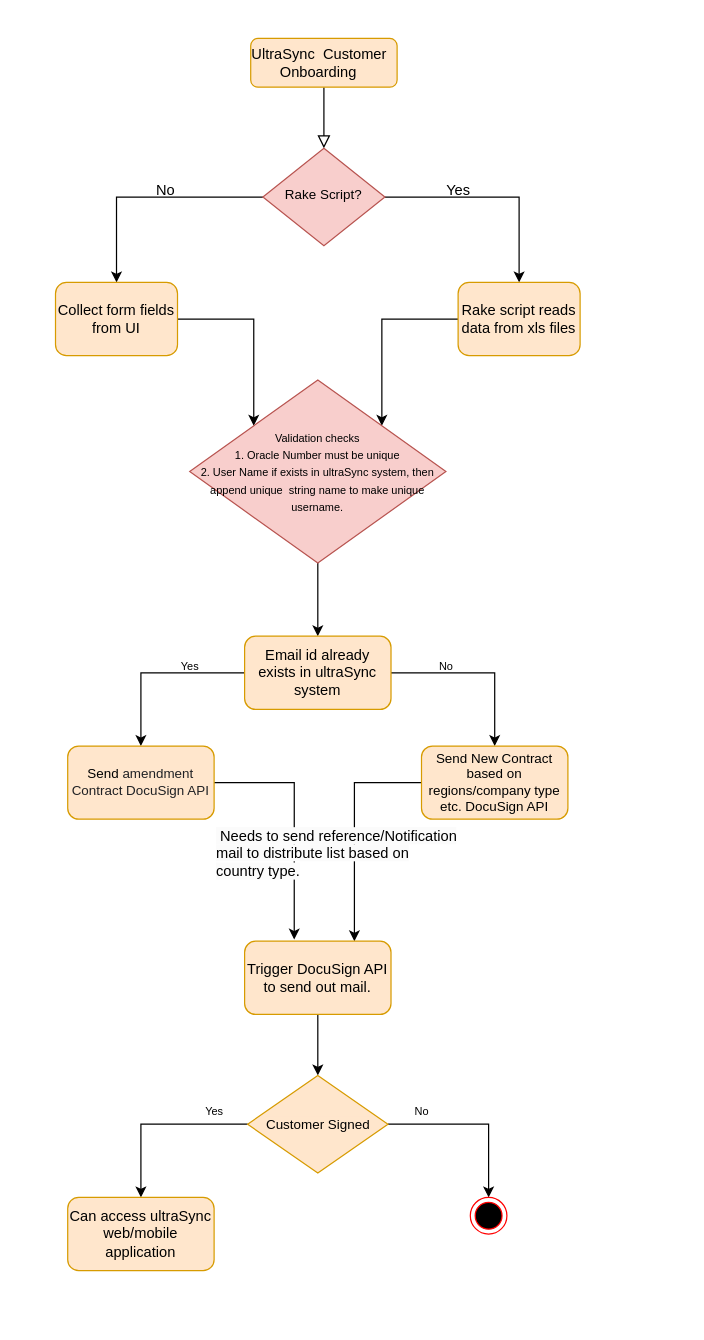
This is onboarding_champions.drawio from venkatnr/Account, a draw.io file, before an edit. Source tidied: cells renumbered, new cells numbered last; positions are measured from the earlier drawing's top-left corner, leaving out a move shared by most shapes. Both pictures are drawn from the tidied source at 122%, with x=0, y=0 at pixel (55, 38).
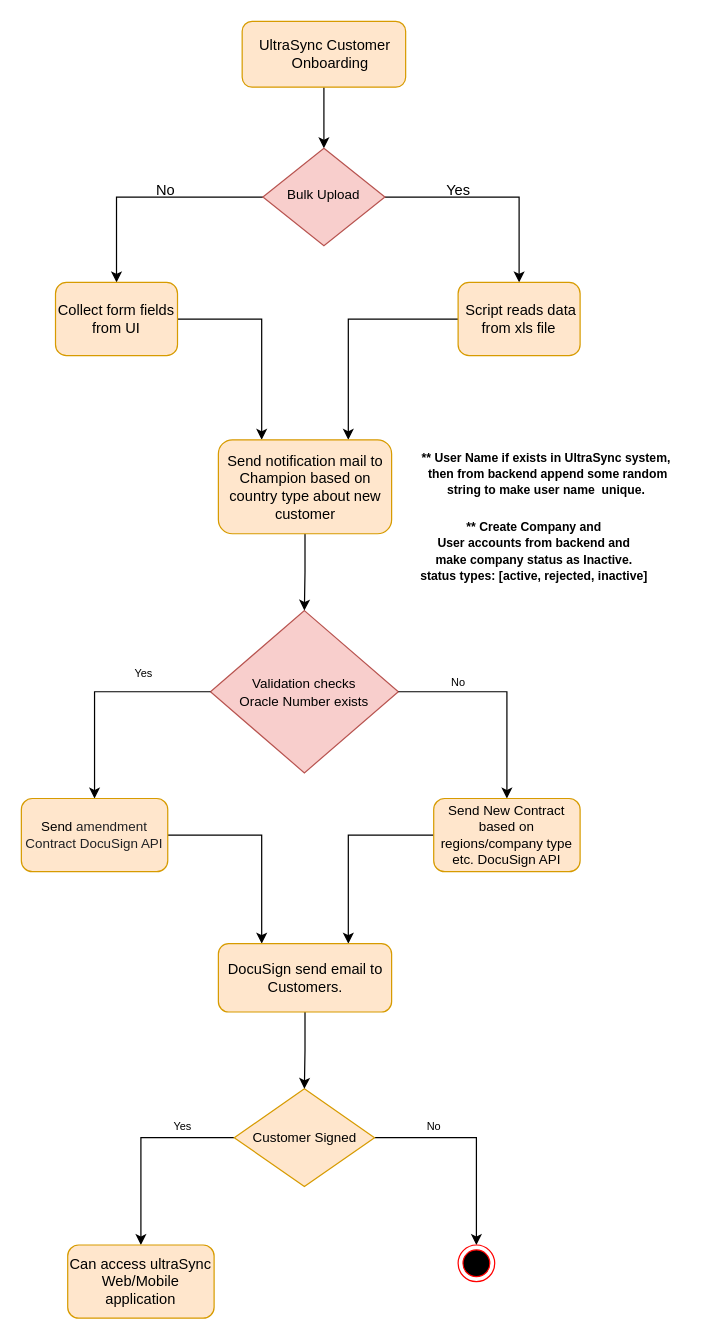
The same page after the edit.

The change refers to these unchanged cells:
```xml
<mxCell id="12" value="Collect form fields from UI" style="rounded=1;whiteSpace=wrap;html=1;fillColor=#ffe6cc;strokeColor=#d79b00;" parent="1" vertex="1">
  <mxGeometry y="200" width="100" height="60" as="geometry" />
</mxCell>
```

What changed in the source:
```diff
@@
-    <mxCell id="2" style="rounded=0;html=1;jettySize=auto;fontSize=11;endArrow=block;endFill=0;endSize=8;strokeWidth=1;shadow=0;labelBackgroundColor=none;edgeStyle=orthogonalEdgeStyle;" parent="1" edge="1" source="3" target="6">
+    <mxCell id="2" style="edgeStyle=orthogonalEdgeStyle;rounded=0;jettySize=auto;html=1;entryX=0.5;entryY=0;entryDx=0;entryDy=0;fontSize=10;" parent="1" edge="1" source="3" target="6">
       <mxGeometry relative="1" as="geometry" />
     </mxCell>
-    <mxCell id="3" value="&lt;div style=&quot;text-align: start;&quot;&gt;UltraSync&amp;nbsp;&amp;nbsp;Customer&amp;nbsp; &amp;nbsp; &amp;nbsp; &amp;nbsp; &amp;nbsp;Onboarding&lt;br&gt;&lt;/div&gt;" style="rounded=1;whiteSpace=wrap;html=1;fontSize=12;glass=0;strokeWidth=1;shadow=0;fillColor=#ffe6cc;strokeColor=#d79b00;" parent="1" vertex="1">
-      <mxGeometry x="160" width="120" height="40" as="geometry" />
+    <mxCell id="3" value="&lt;div style=&quot;text-align: start;&quot;&gt;&amp;nbsp; &amp;nbsp; UltraSync Customer&amp;nbsp; &amp;nbsp; &amp;nbsp; &amp;nbsp; &amp;nbsp; &amp;nbsp; &amp;nbsp; &amp;nbsp; Onboarding&lt;br&gt;&lt;/div&gt;" style="rounded=1;whiteSpace=wrap;html=1;fontSize=12;glass=0;strokeWidth=1;shadow=0;fillColor=#ffe6cc;strokeColor=#d79b00;" parent="1" vertex="1">
+      <mxGeometry x="153" y="-14" width="134" height="54" as="geometry" />
     </mxCell>
@@
-    <mxCell id="6" value="&lt;font style=&quot;font-size: 11px;&quot;&gt;Rake Script?&lt;/font&gt;" style="rhombus;whiteSpace=wrap;html=1;shadow=0;fontFamily=Helvetica;fontSize=12;align=center;strokeWidth=1;spacing=6;spacingTop=-4;fillColor=#f8cecc;strokeColor=#b85450;" parent="1" vertex="1">
+    <mxCell id="6" value="&lt;font style=&quot;font-size: 11px;&quot;&gt;Bulk Upload&lt;/font&gt;" style="rhombus;whiteSpace=wrap;html=1;shadow=0;fontFamily=Helvetica;fontSize=12;align=center;strokeWidth=1;spacing=6;spacingTop=-4;fillColor=#f8cecc;strokeColor=#b85450;" parent="1" vertex="1">
       <mxGeometry x="170" y="90" width="100" height="80" as="geometry" />
     </mxCell>
@@
-    <mxCell id="11" style="edgeStyle=orthogonalEdgeStyle;rounded=0;jettySize=auto;html=1;entryX=0;entryY=0;entryDx=0;entryDy=0;" parent="1" edge="1" source="12" target="16">
+    <mxCell id="11" style="edgeStyle=orthogonalEdgeStyle;rounded=0;jettySize=auto;html=1;entryX=0.25;entryY=0;entryDx=0;entryDy=0;" parent="1" edge="1" source="12" target="41">
       <mxGeometry relative="1" as="geometry" />
     </mxCell>
@@
-    <mxCell id="13" style="edgeStyle=orthogonalEdgeStyle;rounded=0;jettySize=auto;html=1;entryX=1;entryY=0;entryDx=0;entryDy=0;" parent="1" edge="1" source="14" target="16">
+    <mxCell id="13" style="edgeStyle=orthogonalEdgeStyle;rounded=0;jettySize=auto;html=1;entryX=0.75;entryY=0;entryDx=0;entryDy=0;" parent="1" edge="1" source="14" target="41">
       <mxGeometry relative="1" as="geometry" />
     </mxCell>
-    <mxCell id="14" value="Rake script reads data from xls files" style="rounded=1;whiteSpace=wrap;html=1;fillColor=#ffe6cc;strokeColor=#d79b00;" parent="1" vertex="1">
+    <mxCell id="14" value="&amp;nbsp;Script reads data from xls file" style="rounded=1;whiteSpace=wrap;html=1;fillColor=#ffe6cc;strokeColor=#d79b00;" parent="1" vertex="1">
       <mxGeometry x="330" y="200" width="100" height="60" as="geometry" />
     </mxCell>
-    <mxCell id="15" style="edgeStyle=orthogonalEdgeStyle;rounded=0;jettySize=auto;html=1;fontSize=9;entryX=0.5;entryY=0;entryDx=0;entryDy=0;" parent="1" edge="1" source="16" target="19">
-      <mxGeometry relative="1" as="geometry" />
-    </mxCell>
-    <mxCell id="16" value="&lt;font style=&quot;font-size: 9px;&quot;&gt;Validation checks&lt;br&gt;1. Oracle Number must be unique&lt;br&gt;2. User Name if exists in ultraSync system, then append unique&amp;nbsp; string name to make unique username.&lt;br&gt;&lt;/font&gt;" style="rhombus;whiteSpace=wrap;html=1;fillColor=#f8cecc;strokeColor=#b85450;" parent="1" vertex="1">
-      <mxGeometry x="110" y="280" width="210" height="150" as="geometry" />
+    <mxCell id="16" value="&lt;font style=&quot;font-size: 11px;&quot;&gt;Validation checks&lt;br&gt;Oracle Number exists&lt;br&gt;&lt;/font&gt;" style="rhombus;whiteSpace=wrap;html=1;fillColor=#f8cecc;strokeColor=#b85450;" parent="1" vertex="1">
+      <mxGeometry x="127" y="469" width="154" height="133" as="geometry" />
     </mxCell>
-    <mxCell id="17" style="edgeStyle=orthogonalEdgeStyle;rounded=0;jettySize=auto;html=1;fontSize=9;entryX=0.5;entryY=0;entryDx=0;entryDy=0;exitX=0;exitY=0.5;exitDx=0;exitDy=0;" parent="1" edge="1" source="19" target="22">
+    <mxCell id="17" style="edgeStyle=orthogonalEdgeStyle;rounded=0;jettySize=auto;html=1;fontSize=9;entryX=0.5;entryY=0;entryDx=0;entryDy=0;exitX=0;exitY=0.5;exitDx=0;exitDy=0;" parent="1" edge="1" source="16" target="22">
       <mxGeometry relative="1" as="geometry" />
     </mxCell>
-    <mxCell id="18" style="edgeStyle=orthogonalEdgeStyle;rounded=0;jettySize=auto;html=1;fontSize=9;" parent="1" edge="1" source="19" target="24">
+    <mxCell id="18" style="edgeStyle=orthogonalEdgeStyle;rounded=0;jettySize=auto;html=1;fontSize=9;exitX=1;exitY=0.5;exitDx=0;exitDy=0;" parent="1" edge="1" source="16" target="24">
       <mxGeometry relative="1" as="geometry" />
     </mxCell>
-    <mxCell id="19" value="Email id already exists in ultraSync system" style="rounded=1;whiteSpace=wrap;html=1;fontSize=12;fillColor=#ffe6cc;strokeColor=#d79b00;" parent="1" vertex="1">
-      <mxGeometry x="155" y="490" width="120" height="60" as="geometry" />
-    </mxCell>
     <mxCell id="20" value="Yes" style="text;html=1;align=center;verticalAlign=middle;strokeColor=none;fillColor=none;fontSize=9;" parent="1" vertex="1">
-      <mxGeometry x="90" y="505" width="40" height="20" as="geometry" />
+      <mxGeometry x="52" y="511" width="40" height="20" as="geometry" />
     </mxCell>
-    <mxCell id="21" style="edgeStyle=orthogonalEdgeStyle;rounded=0;jettySize=auto;html=1;exitX=1;exitY=0.5;exitDx=0;exitDy=0;fontSize=12;entryX=0.339;entryY=-0.022;entryDx=0;entryDy=0;entryPerimeter=0;" parent="1" edge="1" source="22" target="27">
+    <mxCell id="21" style="edgeStyle=orthogonalEdgeStyle;rounded=0;jettySize=auto;html=1;exitX=1;exitY=0.5;exitDx=0;exitDy=0;fontSize=12;entryX=0.25;entryY=0;entryDx=0;entryDy=0;" parent="1" edge="1" source="22" target="39">
       <mxGeometry relative="1" as="geometry" />
     </mxCell>
     <mxCell id="22" value="&lt;span style=&quot;background-color: rgb(255, 230, 204);&quot;&gt;&lt;span style=&quot;font-size: 11px;&quot;&gt;Send&amp;nbsp;&lt;/span&gt;&lt;span style=&quot;border-color: var(--border-color); font-size: 11px; color: rgb(32, 33, 36); font-family: &amp;quot;Google Sans&amp;quot;, arial, sans-serif; text-align: start;&quot;&gt;amendment Contract DocuSign API&lt;/span&gt;&lt;/span&gt;" style="rounded=1;whiteSpace=wrap;html=1;fontSize=9;fillColor=#ffe6cc;strokeColor=#d79b00;" parent="1" vertex="1">
-      <mxGeometry x="10" y="580" width="120" height="60" as="geometry" />
+      <mxGeometry x="-28" y="623" width="120" height="60" as="geometry" />
     </mxCell>
-    <mxCell id="23" style="edgeStyle=orthogonalEdgeStyle;rounded=0;jettySize=auto;html=1;entryX=0.75;entryY=0;entryDx=0;entryDy=0;fontSize=12;" parent="1" edge="1" source="24" target="27">
+    <mxCell id="23" style="edgeStyle=orthogonalEdgeStyle;rounded=0;jettySize=auto;html=1;entryX=0.75;entryY=0;entryDx=0;entryDy=0;fontSize=12;" parent="1" edge="1" source="24" target="39">
       <mxGeometry relative="1" as="geometry" />
     </mxCell>
     <mxCell id="24" value="&lt;font style=&quot;font-size: 11px;&quot;&gt;Send New Contract based on regions/company type etc. DocuSign API&lt;/font&gt;" style="whiteSpace=wrap;html=1;fontSize=9;rounded=1;fillColor=#ffe6cc;strokeColor=#d79b00;" parent="1" vertex="1">
-      <mxGeometry x="300" y="580" width="120" height="60" as="geometry" />
+      <mxGeometry x="310" y="623" width="120" height="60" as="geometry" />
     </mxCell>
     <mxCell id="25" value="No" style="text;html=1;align=center;verticalAlign=middle;strokeColor=none;fillColor=none;fontSize=9;" parent="1" vertex="1">
-      <mxGeometry x="300" y="505" width="40" height="20" as="geometry" />
+      <mxGeometry x="310" y="518" width="40" height="20" as="geometry" />
     </mxCell>
-    <mxCell id="26" style="edgeStyle=orthogonalEdgeStyle;rounded=0;jettySize=auto;html=1;exitX=0.5;exitY=1;exitDx=0;exitDy=0;fontSize=12;entryX=0.5;entryY=0;entryDx=0;entryDy=0;" parent="1" edge="1" source="27" target="31">
-      <mxGeometry relative="1" as="geometry" />
-    </mxCell>
-    <mxCell id="27" value="&lt;font style=&quot;font-size: 12px;&quot;&gt;Trigger&amp;nbsp;DocuSign API to send out mail.&lt;br&gt;&lt;/font&gt;" style="rounded=1;whiteSpace=wrap;html=1;fontSize=9;fillColor=#ffe6cc;strokeColor=#d79b00;" parent="1" vertex="1">
-      <mxGeometry x="155" y="740" width="120" height="60" as="geometry" />
-    </mxCell>
@@
-    <mxCell id="29" value="&lt;span style=&quot;color: rgb(0, 0, 0); font-family: Helvetica; font-size: 12px; font-style: normal; font-variant-ligatures: normal; font-variant-caps: normal; font-weight: 400; letter-spacing: normal; orphans: 2; text-align: center; text-indent: 0px; text-transform: none; widows: 2; word-spacing: 0px; -webkit-text-stroke-width: 0px; background-color: rgb(251, 251, 251); text-decoration-thickness: initial; text-decoration-style: initial; text-decoration-color: initial; float: none; display: inline !important;&quot;&gt;&lt;span&gt;&amp;nbsp;&lt;/span&gt;Needs to send reference/Notification mail to distribute list based on country type.&lt;/span&gt;" style="text;whiteSpace=wrap;html=1;fontSize=12;" parent="1" vertex="1">
-      <mxGeometry x="130" y="640" width="200" height="40" as="geometry" />
-    </mxCell>
@@
     <mxCell id="31" value="Customer Signed" style="rhombus;whiteSpace=wrap;html=1;labelBackgroundColor=#ffe6cc;fontSize=11;fillColor=#ffe6cc;strokeColor=#d79b00;" parent="1" vertex="1">
-      <mxGeometry x="157.5" y="850" width="115" height="80" as="geometry" />
+      <mxGeometry x="146.5" y="861" width="115" height="80" as="geometry" />
     </mxCell>
     <mxCell id="32" value="Yes" style="text;html=1;align=center;verticalAlign=middle;strokeColor=none;fillColor=none;fontSize=9;" parent="1" vertex="1">
-      <mxGeometry x="110" y="870" width="40" height="20" as="geometry" />
+      <mxGeometry x="84" y="882" width="40" height="20" as="geometry" />
     </mxCell>
     <mxCell id="33" value="No" style="text;html=1;align=center;verticalAlign=middle;strokeColor=none;fillColor=none;fontSize=9;" parent="1" vertex="1">
-      <mxGeometry x="280" y="870" width="40" height="20" as="geometry" />
+      <mxGeometry x="290" y="882" width="40" height="20" as="geometry" />
     </mxCell>
     <mxCell id="34" style="ellipse;html=1;shape=endState;fillColor=#000000;strokeColor=#ff0000;labelBackgroundColor=#FFE6CC;fontSize=9;" parent="1" vertex="1">
-      <mxGeometry x="340" y="950" width="30" height="30" as="geometry" />
+      <mxGeometry x="330" y="989" width="30" height="30" as="geometry" />
     </mxCell>
-    <mxCell id="35" value="&lt;font style=&quot;font-size: 12px;&quot;&gt;Can access ultraSync web/mobile application&lt;br&gt;&lt;/font&gt;" style="rounded=1;whiteSpace=wrap;html=1;fontSize=9;fillColor=#ffe6cc;strokeColor=#d79b00;" parent="1" vertex="1">
-      <mxGeometry x="10" y="950" width="120" height="60" as="geometry" />
+    <mxCell id="35" value="&lt;font style=&quot;font-size: 12px;&quot;&gt;Can access ultraSync Web/Mobile application&lt;br&gt;&lt;/font&gt;" style="rounded=1;whiteSpace=wrap;html=1;fontSize=9;fillColor=#ffe6cc;strokeColor=#d79b00;" parent="1" vertex="1">
+      <mxGeometry x="10" y="989" width="120" height="60" as="geometry" />
     </mxCell>
+    <mxCell id="36" value="&lt;span style=&quot;font-size: 10px;&quot;&gt;&lt;b&gt;** User Name if exists in UltraSync system,&lt;br&gt;&amp;nbsp;then from backend append some random&lt;br&gt;string to make user name&amp;nbsp; unique.&lt;/b&gt;&lt;/span&gt;" style="text;html=1;align=center;verticalAlign=middle;strokeColor=none;fillColor=none;fontSize=11;" parent="1" vertex="1">
+      <mxGeometry x="290" y="329" width="224" height="56" as="geometry" />
+    </mxCell>
+    <mxCell id="37" style="edgeStyle=orthogonalEdgeStyle;rounded=0;jettySize=auto;html=1;fontSize=10;startArrow=none;" parent="1" edge="1" source="39" target="31">
+      <mxGeometry relative="1" as="geometry" />
+    </mxCell>
+    <mxCell id="38" value="&lt;span style=&quot;font-size: 10px;&quot;&gt;&lt;b&gt;** Create Company and &lt;br&gt;User accounts from backend and &lt;br&gt;make company status as Inactive.&lt;br&gt;status types: [active, rejected, inactive]&lt;/b&gt;&lt;/span&gt;" style="text;html=1;align=center;verticalAlign=middle;strokeColor=none;fillColor=none;fontSize=11;" parent="1" vertex="1">
+      <mxGeometry x="290" y="385" width="203" height="70" as="geometry" />
+    </mxCell>
+    <mxCell id="39" value="&lt;font style=&quot;font-size: 12px;&quot;&gt;DocuSign send email to Customers.&lt;br&gt;&lt;/font&gt;" style="rounded=1;whiteSpace=wrap;html=1;fontSize=9;fillColor=#ffe6cc;strokeColor=#d79b00;" parent="1" vertex="1">
+      <mxGeometry x="133.5" y="742" width="142" height="56" as="geometry" />
+    </mxCell>
+    <mxCell id="40" style="edgeStyle=orthogonalEdgeStyle;rounded=0;jettySize=auto;html=1;entryX=0.5;entryY=0;entryDx=0;entryDy=0;fontSize=10;" parent="1" edge="1" source="41" target="16">
+      <mxGeometry relative="1" as="geometry" />
+    </mxCell>
+    <mxCell id="41" value="&lt;font style=&quot;font-size: 12px;&quot;&gt;Send notification mail to Champion based on country type about new customer&lt;br&gt;&lt;/font&gt;" style="rounded=1;whiteSpace=wrap;html=1;fontSize=9;fillColor=#ffe6cc;strokeColor=#d79b00;" parent="1" vertex="1">
+      <mxGeometry x="133.5" y="329" width="142" height="77" as="geometry" />
+    </mxCell>
```
